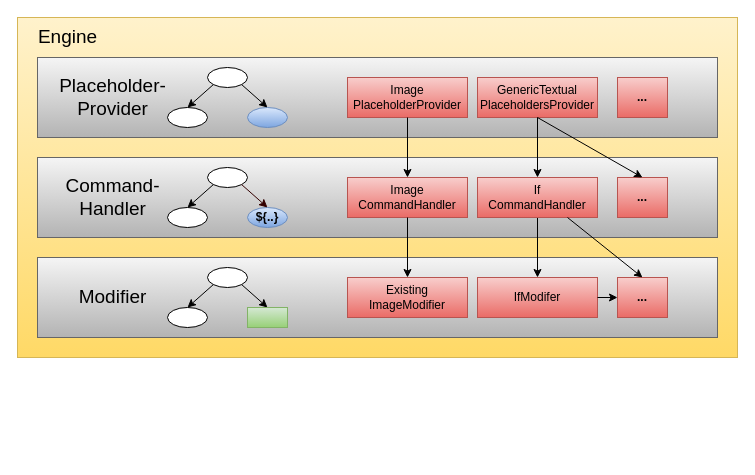
This is doc/images/sources/simpleArchitecture.drawio from Khraahn/underdocx, a draw.io file, before an edit. Source tidied: cells renumbered, new cells numbered last; positions are measured from the earlier drawing's top-left corner, leaving out a move shared by most shapes. Both pictures are drawn from the tidied source at 100%, with x=0, y=0 at pixel (17, 17).
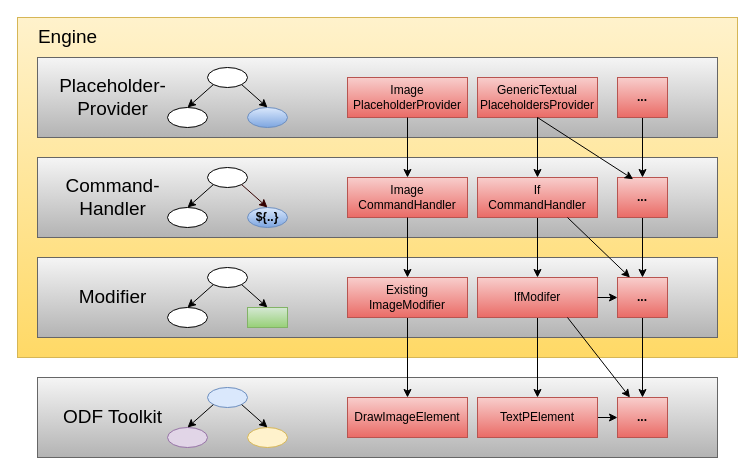
Above is the later version.

The change refers to these unchanged cells:
```xml
<mxCell id="26" value="GenericTextual&lt;br&gt;PlaceholdersProvider" style="rounded=0;whiteSpace=wrap;html=1;fillColor=#f8cecc;gradientColor=#ea6b66;strokeColor=#b85450;" parent="1" vertex="1">
  <mxGeometry x="460" y="60" width="120" height="40" as="geometry" />
</mxCell>
<mxCell id="27" value="&lt;b&gt;...&lt;/b&gt;" style="rounded=0;whiteSpace=wrap;html=1;fillColor=#f8cecc;gradientColor=#ea6b66;strokeColor=#b85450;" parent="1" vertex="1">
  <mxGeometry x="600" y="60" width="50" height="40" as="geometry" />
</mxCell>
<mxCell id="30" value="If&lt;br&gt;CommandHandler" style="rounded=0;whiteSpace=wrap;html=1;fillColor=#f8cecc;gradientColor=#ea6b66;strokeColor=#b85450;" parent="1" vertex="1">
  <mxGeometry x="460" y="160" width="120" height="40" as="geometry" />
</mxCell>
<mxCell id="31" value="&lt;b&gt;...&lt;/b&gt;" style="rounded=0;whiteSpace=wrap;html=1;fillColor=#f8cecc;gradientColor=#ea6b66;strokeColor=#b85450;" parent="1" vertex="1">
  <mxGeometry x="600" y="160" width="50" height="40" as="geometry" />
</mxCell>
<mxCell id="35" value="Existing&lt;br&gt;ImageModifier" style="rounded=0;whiteSpace=wrap;html=1;fillColor=#f8cecc;gradientColor=#ea6b66;strokeColor=#b85450;" parent="1" vertex="1">
  <mxGeometry x="330" y="260" width="120" height="40" as="geometry" />
</mxCell>
<mxCell id="37" value="IfModifer" style="rounded=0;whiteSpace=wrap;html=1;fillColor=#f8cecc;gradientColor=#ea6b66;strokeColor=#b85450;" parent="1" vertex="1">
  <mxGeometry x="460" y="260" width="120" height="40" as="geometry" />
</mxCell>
<mxCell id="38" value="&lt;b&gt;...&lt;/b&gt;" style="rounded=0;whiteSpace=wrap;html=1;fillColor=#f8cecc;gradientColor=#ea6b66;strokeColor=#b85450;" parent="1" vertex="1">
  <mxGeometry x="600" y="260" width="50" height="40" as="geometry" />
</mxCell>
```

What changed in the source:
```diff
@@
+    <mxCell id="41" style="rounded=0;whiteSpace=wrap;html=1;fillColor=#f5f5f5;strokeColor=#666666;gradientColor=#b3b3b3;" parent="1" vertex="1">
+      <mxGeometry x="20" y="360" width="680" height="80" as="geometry" />
+    </mxCell>
+    <mxCell id="42" value="&lt;span style=&quot;font-size: 19px;&quot;&gt;ODF Toolkit&lt;/span&gt;" style="text;html=1;align=center;verticalAlign=middle;strokeColor=none;fillColor=none;" parent="1" vertex="1">
+      <mxGeometry x="35" y="380" width="120" height="40" as="geometry" />
+    </mxCell>
+    <mxCell id="43" value="DrawImageElement" style="rounded=0;whiteSpace=wrap;html=1;fillColor=#f8cecc;gradientColor=#ea6b66;strokeColor=#b85450;" parent="1" vertex="1">
+      <mxGeometry x="330" y="380" width="120" height="40" as="geometry" />
+    </mxCell>
+    <mxCell id="44" style="edgeStyle=orthogonalEdgeStyle;rounded=0;jettySize=auto;html=1;exitX=1;exitY=0.5;exitDx=0;exitDy=0;entryX=0;entryY=0.5;entryDx=0;entryDy=0;" parent="1" edge="1" source="45" target="46">
+      <mxGeometry relative="1" as="geometry" />
+    </mxCell>
+    <mxCell id="45" value="TextPElement" style="rounded=0;whiteSpace=wrap;html=1;fillColor=#f8cecc;gradientColor=#ea6b66;strokeColor=#b85450;" parent="1" vertex="1">
+      <mxGeometry x="460" y="380" width="120" height="40" as="geometry" />
+    </mxCell>
+    <mxCell id="46" value="&lt;b&gt;...&lt;/b&gt;" style="rounded=0;whiteSpace=wrap;html=1;fillColor=#f8cecc;gradientColor=#ea6b66;strokeColor=#b85450;" parent="1" vertex="1">
+      <mxGeometry x="600" y="380" width="50" height="40" as="geometry" />
+    </mxCell>
@@
+    <mxCell id="47" style="edgeStyle=orthogonalEdgeStyle;rounded=0;jettySize=auto;html=1;entryX=0.5;entryY=0;entryDx=0;entryDy=0;exitX=0.5;exitY=1;exitDx=0;exitDy=0;" parent="1" edge="1" source="27" target="31">
+      <mxGeometry relative="1" as="geometry" />
+    </mxCell>
@@
+    <mxCell id="48" style="edgeStyle=orthogonalEdgeStyle;rounded=0;jettySize=auto;html=1;entryX=0.5;entryY=0;entryDx=0;entryDy=0;exitX=0.5;exitY=1;exitDx=0;exitDy=0;" parent="1" edge="1" source="31" target="38">
+      <mxGeometry relative="1" as="geometry" />
+    </mxCell>
@@
-    <mxCell id="34" style="endArrow=classic;html=1;rounded=0;exitX=0.5;exitY=1;exitDx=0;exitDy=0;entryX=0.5;entryY=0;entryDx=0;entryDy=0;" parent="1" edge="1" source="26" target="31">
+    <mxCell id="34" style="endArrow=classic;html=1;rounded=0;exitX=0.5;exitY=1;exitDx=0;exitDy=0;entryX=0.314;entryY=0.043;entryDx=0;entryDy=0;entryPerimeter=0;" parent="1" edge="1" source="26" target="31">
       <mxGeometry relative="1" as="geometry" />
     </mxCell>
+    <mxCell id="49" style="edgeStyle=orthogonalEdgeStyle;rounded=0;jettySize=auto;html=1;" parent="1" edge="1" source="35" target="43">
+      <mxGeometry relative="1" as="geometry" />
+    </mxCell>
@@
+    <mxCell id="50" style="edgeStyle=orthogonalEdgeStyle;rounded=0;jettySize=auto;html=1;entryX=0.5;entryY=0;entryDx=0;entryDy=0;" parent="1" edge="1" source="37" target="45">
+      <mxGeometry relative="1" as="geometry" />
+    </mxCell>
@@
+    <mxCell id="51" style="edgeStyle=orthogonalEdgeStyle;rounded=0;jettySize=auto;html=1;exitX=0.5;exitY=1;exitDx=0;exitDy=0;entryX=0.5;entryY=0;entryDx=0;entryDy=0;" parent="1" edge="1" source="38" target="46">
+      <mxGeometry relative="1" as="geometry" />
+    </mxCell>
@@
-    <mxCell id="39" style="endArrow=classic;html=1;rounded=0;exitX=0.75;exitY=1;exitDx=0;exitDy=0;entryX=0.5;entryY=0;entryDx=0;entryDy=0;" parent="1" edge="1" source="30" target="38">
+    <mxCell id="39" style="endArrow=classic;html=1;rounded=0;exitX=0.75;exitY=1;exitDx=0;exitDy=0;entryX=0.25;entryY=0;entryDx=0;entryDy=0;" parent="1" edge="1" source="30" target="38">
       <mxGeometry relative="1" as="geometry" />
     </mxCell>
@@
+    <mxCell id="52" style="endArrow=classic;html=1;rounded=0;exitX=0.75;exitY=1;exitDx=0;exitDy=0;entryX=0.25;entryY=0;entryDx=0;entryDy=0;" parent="1" edge="1" source="37" target="46">
+      <mxGeometry relative="1" as="geometry" />
+    </mxCell>
+    <mxCell id="53" style="ellipse;whiteSpace=wrap;html=1;fillColor=#dae8fc;strokeColor=#6c8ebf;" parent="1" vertex="1">
+      <mxGeometry x="190" y="370" width="40" height="20" as="geometry" />
+    </mxCell>
+    <mxCell id="54" style="ellipse;whiteSpace=wrap;html=1;fillColor=#e1d5e7;strokeColor=#9673a6;" parent="1" vertex="1">
+      <mxGeometry x="150" y="410" width="40" height="20" as="geometry" />
+    </mxCell>
+    <mxCell id="55" style="ellipse;whiteSpace=wrap;html=1;fillColor=#fff2cc;strokeColor=#d6b656;" parent="1" vertex="1">
+      <mxGeometry x="230" y="410" width="40" height="20" as="geometry" />
+    </mxCell>
+    <mxCell id="56" style="endArrow=classic;html=1;rounded=0;exitX=0;exitY=1;exitDx=0;exitDy=0;entryX=0.5;entryY=0;entryDx=0;entryDy=0;" parent="1" edge="1" source="53" target="54">
+      <mxGeometry relative="1" as="geometry" />
+    </mxCell>
+    <mxCell id="57" style="endArrow=classic;html=1;rounded=0;exitX=1;exitY=1;exitDx=0;exitDy=0;entryX=0.5;entryY=0;entryDx=0;entryDy=0;fillColor=#f5f5f5;strokeColor=#000000;" parent="1" edge="1" source="53" target="55">
+      <mxGeometry relative="1" as="geometry" />
+    </mxCell>
```
